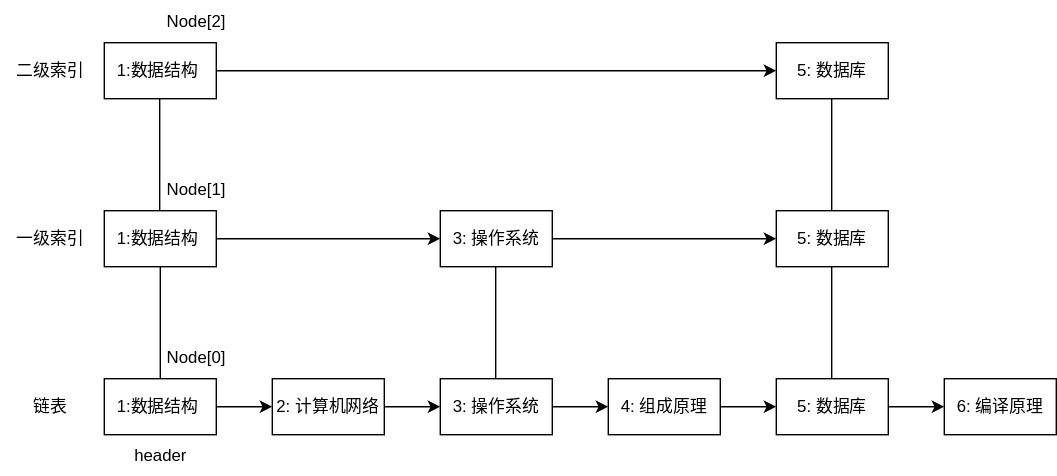
Before: assets/img/redis/跳表-标注.svg, a diagram exported from draw.io (Wind134/Wind134.github.io). Source tidied: cells renumbered, new cells last; positions are measured from the earlier drawing's top-left corner, leaving out a move shared by most shapes.
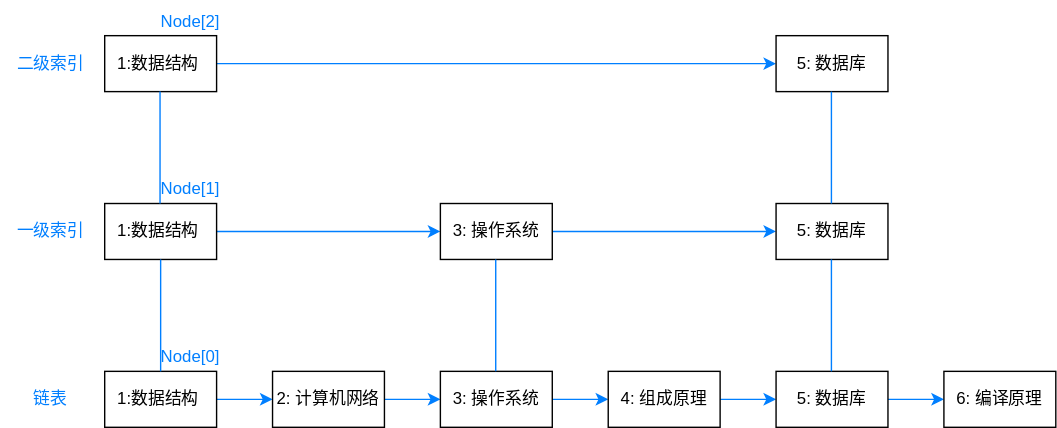
After the commit.

The edit, as a diff of the source:
```diff
@@ -2,7 +2,7 @@
   <root>
     <mxCell id="0" />
     <mxCell id="1" parent="0" />
-    <mxCell id="2" style="edgeStyle=orthogonalEdgeStyle;rounded=0;jettySize=auto;html=1;" parent="1" edge="1" source="3">
+    <mxCell id="2" style="edgeStyle=orthogonalEdgeStyle;rounded=0;jettySize=auto;html=1;strokeColor=#007FFF;" parent="1" edge="1" source="3">
       <mxGeometry relative="1" as="geometry">
         <mxPoint x="194" y="290" as="targetPoint" />
       </mxGeometry>
@@ -10,7 +10,7 @@
     <mxCell id="3" value="1:数据结构&amp;nbsp;" style="rounded=0;whiteSpace=wrap;html=1;" parent="1" vertex="1">
       <mxGeometry x="74" y="270" width="80" height="40" as="geometry" />
     </mxCell>
-    <mxCell id="4" style="edgeStyle=orthogonalEdgeStyle;rounded=0;jettySize=auto;html=1;" parent="1" edge="1" source="5">
+    <mxCell id="4" style="edgeStyle=orthogonalEdgeStyle;rounded=0;jettySize=auto;html=1;strokeColor=#007FFF;" parent="1" edge="1" source="5">
       <mxGeometry relative="1" as="geometry">
         <mxPoint x="314" y="290" as="targetPoint" />
       </mxGeometry>
@@ -18,7 +18,7 @@
     <mxCell id="5" value="2: 计算机网络" style="rounded=0;whiteSpace=wrap;html=1;" parent="1" vertex="1">
       <mxGeometry x="194" y="270" width="80" height="40" as="geometry" />
     </mxCell>
-    <mxCell id="6" style="edgeStyle=orthogonalEdgeStyle;rounded=0;jettySize=auto;html=1;" parent="1" edge="1" source="7">
+    <mxCell id="6" style="edgeStyle=orthogonalEdgeStyle;rounded=0;jettySize=auto;html=1;strokeColor=#007FFF;" parent="1" edge="1" source="7">
       <mxGeometry relative="1" as="geometry">
         <mxPoint x="434" y="290" as="targetPoint" />
       </mxGeometry>
@@ -26,7 +26,7 @@
     <mxCell id="7" value="3: 操作系统" style="rounded=0;whiteSpace=wrap;html=1;" parent="1" vertex="1">
       <mxGeometry x="314" y="270" width="80" height="40" as="geometry" />
     </mxCell>
-    <mxCell id="8" style="edgeStyle=orthogonalEdgeStyle;rounded=0;jettySize=auto;html=1;" parent="1" edge="1" source="9">
+    <mxCell id="8" style="edgeStyle=orthogonalEdgeStyle;rounded=0;jettySize=auto;html=1;strokeColor=#007FFF;" parent="1" edge="1" source="9">
       <mxGeometry relative="1" as="geometry">
         <mxPoint x="554" y="290" as="targetPoint" />
       </mxGeometry>
@@ -34,7 +34,7 @@
     <mxCell id="9" value="4: 组成原理" style="rounded=0;whiteSpace=wrap;html=1;" parent="1" vertex="1">
       <mxGeometry x="434" y="270" width="80" height="40" as="geometry" />
     </mxCell>
-    <mxCell id="10" style="edgeStyle=orthogonalEdgeStyle;rounded=0;jettySize=auto;html=1;" parent="1" edge="1" source="11">
+    <mxCell id="10" style="edgeStyle=orthogonalEdgeStyle;rounded=0;jettySize=auto;html=1;strokeColor=#007FFF;" parent="1" edge="1" source="11">
       <mxGeometry relative="1" as="geometry">
         <mxPoint x="674" y="290" as="targetPoint" />
       </mxGeometry>
@@ -45,7 +45,7 @@
     <mxCell id="12" value="6: 编译原理" style="rounded=0;whiteSpace=wrap;html=1;" parent="1" vertex="1">
       <mxGeometry x="674" y="270" width="80" height="40" as="geometry" />
     </mxCell>
-    <mxCell id="13" style="edgeStyle=orthogonalEdgeStyle;rounded=0;jettySize=auto;html=1;" parent="1" edge="1" source="14">
+    <mxCell id="13" style="edgeStyle=orthogonalEdgeStyle;rounded=0;jettySize=auto;html=1;strokeColor=#007FFF;" parent="1" edge="1" source="14">
       <mxGeometry relative="1" as="geometry">
         <mxPoint x="314" y="170" as="targetPoint" />
       </mxGeometry>
@@ -53,7 +53,7 @@
     <mxCell id="14" value="1:数据结构&amp;nbsp;" style="rounded=0;whiteSpace=wrap;html=1;" parent="1" vertex="1">
       <mxGeometry x="74" y="150" width="80" height="40" as="geometry" />
     </mxCell>
-    <mxCell id="15" style="edgeStyle=orthogonalEdgeStyle;rounded=0;jettySize=auto;html=1;" parent="1" edge="1" source="16">
+    <mxCell id="15" style="edgeStyle=orthogonalEdgeStyle;rounded=0;jettySize=auto;html=1;strokeColor=#007FFF;" parent="1" edge="1" source="16">
       <mxGeometry relative="1" as="geometry">
         <mxPoint x="554" y="170" as="targetPoint" />
       </mxGeometry>
@@ -64,7 +64,7 @@
     <mxCell id="17" value="5: 数据库" style="rounded=0;whiteSpace=wrap;html=1;" parent="1" vertex="1">
       <mxGeometry x="554" y="150" width="80" height="40" as="geometry" />
     </mxCell>
-    <mxCell id="18" style="edgeStyle=orthogonalEdgeStyle;rounded=0;jettySize=auto;html=1;" parent="1" edge="1" source="19">
+    <mxCell id="18" style="edgeStyle=orthogonalEdgeStyle;rounded=0;jettySize=auto;html=1;strokeColor=#007FFF;" parent="1" edge="1" source="19">
       <mxGeometry relative="1" as="geometry">
         <mxPoint x="554" y="50" as="targetPoint" />
       </mxGeometry>
@@ -75,53 +75,50 @@
     <mxCell id="20" value="5: 数据库" style="rounded=0;whiteSpace=wrap;html=1;" parent="1" vertex="1">
       <mxGeometry x="554" y="30" width="80" height="40" as="geometry" />
     </mxCell>
-    <mxCell id="21" value="链表" style="text;html=1;align=center;verticalAlign=middle;strokeColor=none;fillColor=none;" parent="1" vertex="1">
+    <mxCell id="21" value="&lt;font color=&quot;#007fff&quot;&gt;链表&lt;/font&gt;" style="text;html=1;align=center;verticalAlign=middle;strokeColor=none;fillColor=none;" parent="1" vertex="1">
       <mxGeometry x="10" y="275" width="50" height="30" as="geometry" />
     </mxCell>
-    <mxCell id="22" value="一级索引" style="text;html=1;align=center;verticalAlign=middle;strokeColor=none;fillColor=none;" parent="1" vertex="1">
+    <mxCell id="22" value="&lt;font color=&quot;#007fff&quot;&gt;一级索引&lt;/font&gt;" style="text;html=1;align=center;verticalAlign=middle;strokeColor=none;fillColor=none;" parent="1" vertex="1">
       <mxGeometry y="155" width="70" height="30" as="geometry" />
     </mxCell>
-    <mxCell id="23" value="二级索引" style="text;html=1;align=center;verticalAlign=middle;strokeColor=none;fillColor=none;" parent="1" vertex="1">
+    <mxCell id="23" value="&lt;font color=&quot;#007fff&quot;&gt;二级索引&lt;/font&gt;" style="text;html=1;align=center;verticalAlign=middle;strokeColor=none;fillColor=none;" parent="1" vertex="1">
       <mxGeometry y="35" width="70" height="30" as="geometry" />
     </mxCell>
-    <mxCell id="24" style="endArrow=none;html=1;rounded=0;exitX=0.5;exitY=0;exitDx=0;exitDy=0;entryX=0.5;entryY=1;entryDx=0;entryDy=0;" parent="1" edge="1" source="3" target="14">
+    <mxCell id="24" style="endArrow=none;html=1;rounded=0;exitX=0.5;exitY=0;exitDx=0;exitDy=0;entryX=0.5;entryY=1;entryDx=0;entryDy=0;strokeColor=#007FFF;" parent="1" edge="1" source="3" target="14">
       <mxGeometry relative="1" as="geometry" />
     </mxCell>
-    <mxCell id="25" style="endArrow=none;html=1;rounded=0;exitX=0.5;exitY=0;exitDx=0;exitDy=0;entryX=0.5;entryY=1;entryDx=0;entryDy=0;" parent="1" edge="1">
+    <mxCell id="25" style="endArrow=none;html=1;rounded=0;exitX=0.5;exitY=0;exitDx=0;exitDy=0;entryX=0.5;entryY=1;entryDx=0;entryDy=0;strokeColor=#007FFF;" parent="1" edge="1">
       <mxGeometry relative="1" as="geometry">
         <mxPoint x="113.6" y="150" as="sourcePoint" />
         <mxPoint x="113.6" y="70" as="targetPoint" />
       </mxGeometry>
     </mxCell>
-    <mxCell id="26" style="endArrow=none;html=1;rounded=0;exitX=0.5;exitY=0;exitDx=0;exitDy=0;entryX=0.5;entryY=1;entryDx=0;entryDy=0;" parent="1" edge="1">
+    <mxCell id="26" style="endArrow=none;html=1;rounded=0;exitX=0.5;exitY=0;exitDx=0;exitDy=0;entryX=0.5;entryY=1;entryDx=0;entryDy=0;strokeColor=#007FFF;" parent="1" edge="1">
       <mxGeometry relative="1" as="geometry">
         <mxPoint x="353.6" y="270" as="sourcePoint" />
         <mxPoint x="353.6" y="190" as="targetPoint" />
       </mxGeometry>
     </mxCell>
-    <mxCell id="27" style="endArrow=none;html=1;rounded=0;exitX=0.5;exitY=0;exitDx=0;exitDy=0;entryX=0.5;entryY=1;entryDx=0;entryDy=0;" parent="1" edge="1">
+    <mxCell id="27" style="endArrow=none;html=1;rounded=0;exitX=0.5;exitY=0;exitDx=0;exitDy=0;entryX=0.5;entryY=1;entryDx=0;entryDy=0;strokeColor=#007FFF;" parent="1" edge="1">
       <mxGeometry relative="1" as="geometry">
         <mxPoint x="593.6" y="270" as="sourcePoint" />
         <mxPoint x="593.6" y="190" as="targetPoint" />
       </mxGeometry>
     </mxCell>
-    <mxCell id="28" style="endArrow=none;html=1;rounded=0;exitX=0.5;exitY=0;exitDx=0;exitDy=0;entryX=0.5;entryY=1;entryDx=0;entryDy=0;" parent="1" edge="1">
+    <mxCell id="28" style="endArrow=none;html=1;rounded=0;exitX=0.5;exitY=0;exitDx=0;exitDy=0;entryX=0.5;entryY=1;entryDx=0;entryDy=0;strokeColor=#007FFF;" parent="1" edge="1">
       <mxGeometry relative="1" as="geometry">
         <mxPoint x="593.6" y="150" as="sourcePoint" />
         <mxPoint x="593.6" y="70" as="targetPoint" />
       </mxGeometry>
     </mxCell>
-    <mxCell id="29" value="Node[0]" style="text;html=1;strokeColor=none;fillColor=none;align=center;verticalAlign=middle;whiteSpace=wrap;rounded=0;" parent="1" vertex="1">
-      <mxGeometry x="110" y="240" width="60" height="30" as="geometry" />
+    <mxCell id="29" value="&lt;font color=&quot;#007fff&quot;&gt;Node[0]&lt;/font&gt;" style="text;html=1;align=center;verticalAlign=middle;strokeColor=none;fillColor=none;" parent="1" vertex="1">
+      <mxGeometry x="100" y="245" width="70" height="30" as="geometry" />
     </mxCell>
-    <mxCell id="30" value="Node[1]" style="text;html=1;strokeColor=none;fillColor=none;align=center;verticalAlign=middle;whiteSpace=wrap;rounded=0;" parent="1" vertex="1">
-      <mxGeometry x="110" y="120" width="60" height="30" as="geometry" />
+    <mxCell id="30" value="&lt;font color=&quot;#007fff&quot;&gt;Node[1]&lt;/font&gt;" style="text;html=1;align=center;verticalAlign=middle;strokeColor=none;fillColor=none;" parent="1" vertex="1">
+      <mxGeometry x="100" y="125" width="70" height="30" as="geometry" />
     </mxCell>
-    <mxCell id="31" value="Node[2]" style="text;html=1;strokeColor=none;fillColor=none;align=center;verticalAlign=middle;whiteSpace=wrap;rounded=0;" parent="1" vertex="1">
-      <mxGeometry x="110" width="60" height="30" as="geometry" />
+    <mxCell id="31" value="&lt;font color=&quot;#007fff&quot;&gt;Node[2]&lt;/font&gt;" style="text;html=1;align=center;verticalAlign=middle;strokeColor=none;fillColor=none;" parent="1" vertex="1">
+      <mxGeometry x="100" y="5" width="70" height="30" as="geometry" />
     </mxCell>
-    <mxCell id="32" value="header" style="text;html=1;align=center;verticalAlign=middle;strokeColor=none;fillColor=none;" parent="1" vertex="1">
-      <mxGeometry x="84" y="310" width="60" height="30" as="geometry" />
-    </mxCell>
   </root>
 </mxGraphModel>
```
